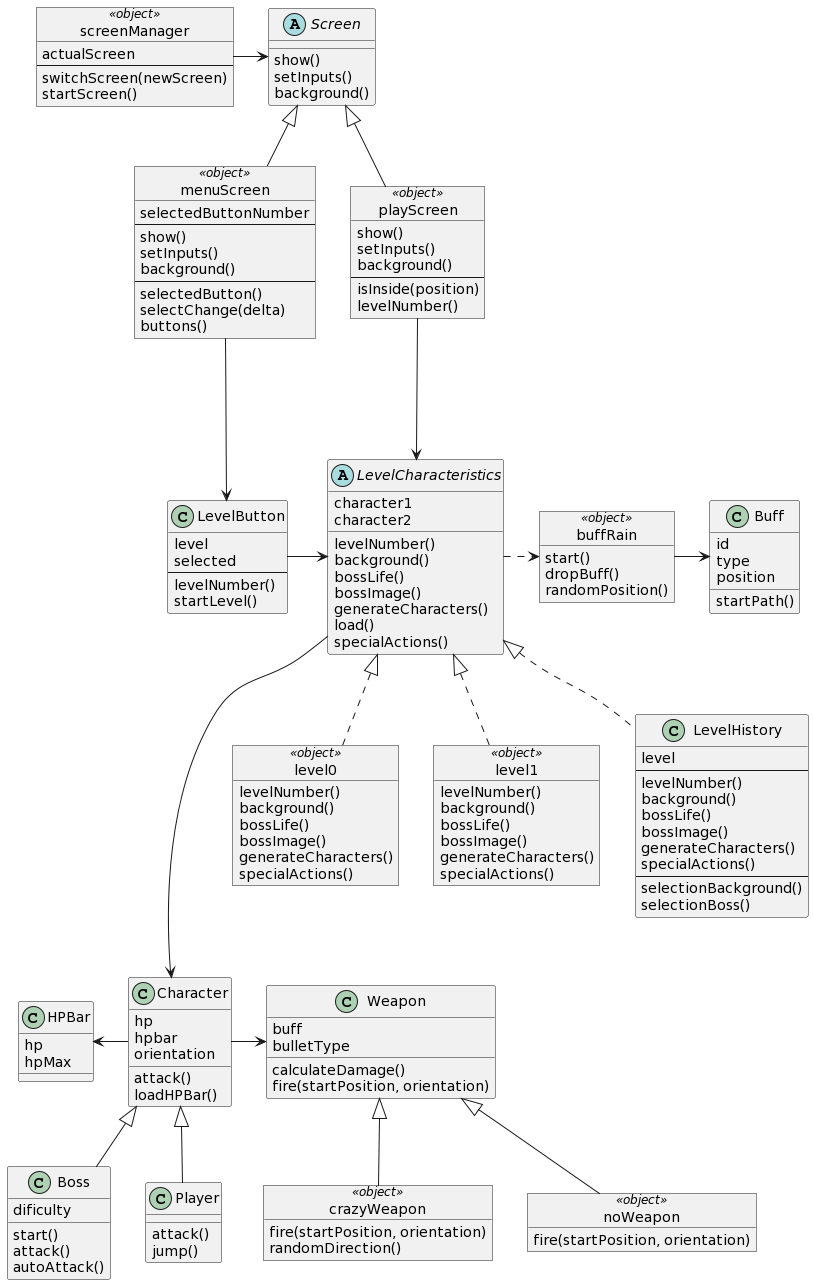
Above: documentacion/diagramas/game_start.png in pdepjm/2022-tpgame-hellfish2022 (PlantUML), before the change.
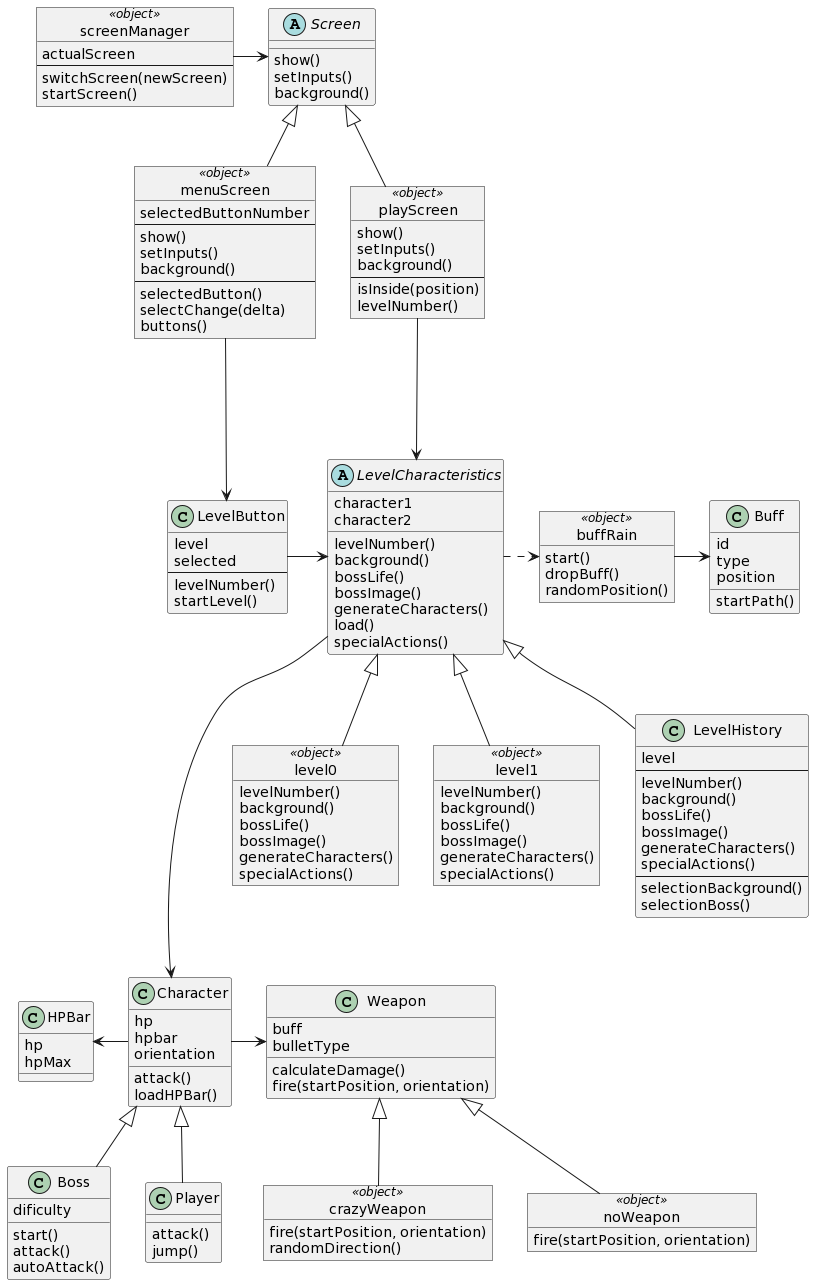
Above is the later version.

Commit message:
Actualizados diagramas

What changed in the source:
```diff
@@ -144,9 +144,9 @@
 Character <|-- Boss
 Character <|-- Player
 
-LevelCharacteristics <|.. LevelHistory
-LevelCharacteristics <|.. level0
-LevelCharacteristics <|.. level1
+LevelCharacteristics <|-- LevelHistory
+LevelCharacteristics <|-- level0
+LevelCharacteristics <|-- level1
 
 Screen <|-- menuScreen
 Screen <|-- playScreen
```
